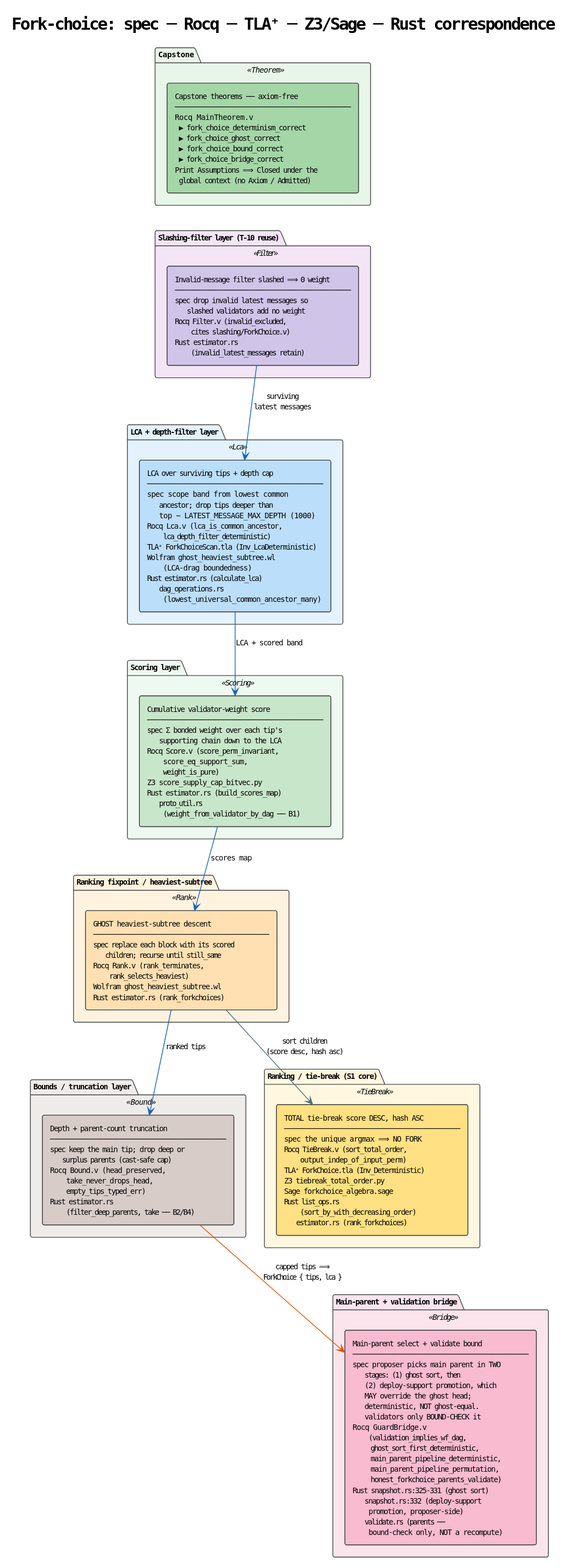
F1R3FLY-io/f1r3node-rust keeps this PlantUML diagram as docs/theory/fork-choice/diagrams/01-component-correspondence.svg. Above is the earlier version.
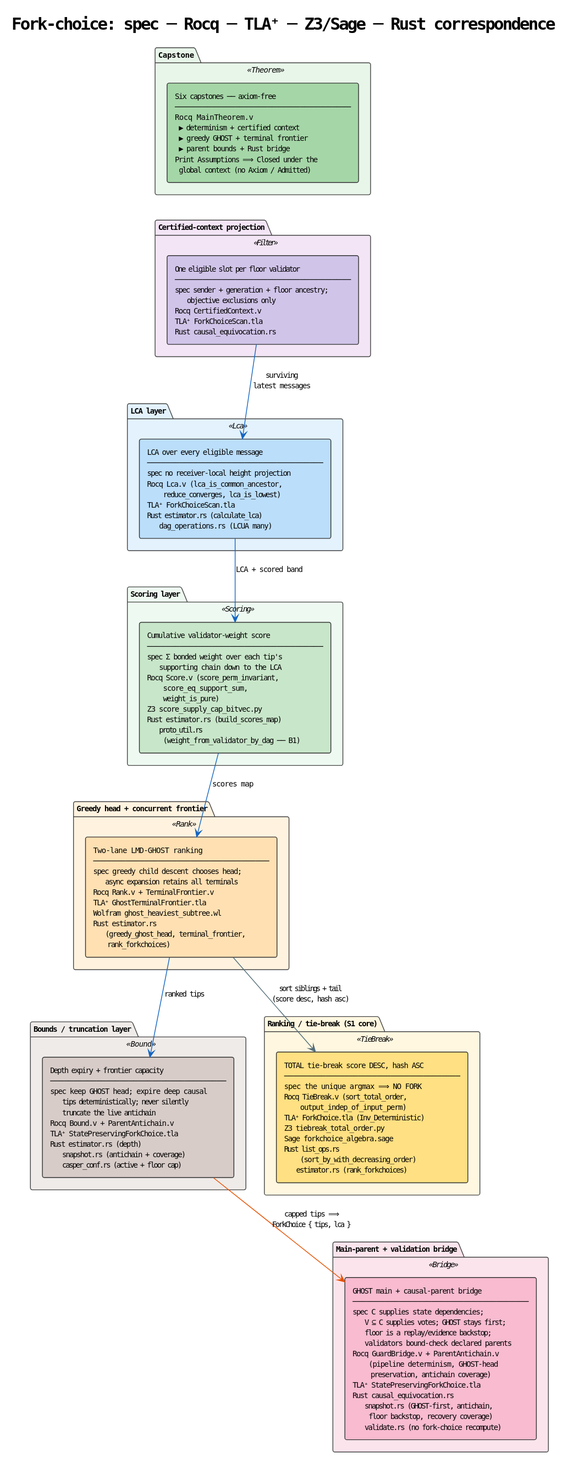
After the commit.

What changed in the source:
```diff
@@ -24,23 +24,23 @@
 
 
 package "Capstone" <<Theorem>> {
-  component "Capstone theorems ── axiom-free\n──────────────────────────────────────\nRocq  MainTheorem.v\n  ▶ fork_choice_determinism_correct\n  ▶ fork_choice_ghost_correct\n  ▶ fork_choice_bound_correct\n  ▶ fork_choice_bridge_correct\nPrint Assumptions ⟹ Closed under the\n  global context (no Axiom / Admitted)" as CAP #A5D6A7
+  component "Six capstones ── axiom-free\n──────────────────────────────────────\nRocq  MainTheorem.v\n  ▶ determinism + certified context\n  ▶ greedy GHOST + terminal frontier\n  ▶ parent bounds + Rust bridge\nPrint Assumptions ⟹ Closed under the\n  global context (no Axiom / Admitted)" as CAP #A5D6A7
 }
 
-package "Slashing-filter layer (T-10 reuse)" <<Filter>> {
-  component "Invalid-message filter  slashed ⟹ 0 weight\n──────────────────────────────────────\nspec  drop invalid latest messages so\n      slashed validators add no weight\nRocq  Filter.v (invalid_excluded,\n        cites slashing/ForkChoice.v)\nRust  estimator.rs\n        (invalid_latest_messages retain)" as FIL #D1C4E9
+package "Certified-context projection" <<Filter>> {
+  component "One eligible slot per floor validator\n──────────────────────────────────────\nspec  sender + generation + floor ancestry;\n      objective exclusions only\nRocq  CertifiedContext.v\nTLA⁺  ForkChoiceScan.tla\nRust  causal_equivocation.rs" as FIL #D1C4E9
 }
 
-package "LCA + depth-filter layer" <<Lca>> {
-  component "LCA over surviving tips + depth cap\n──────────────────────────────────────\nspec  scope band from lowest common\n      ancestor; drop tips deeper than\n      top − LATEST_MESSAGE_MAX_DEPTH (1000)\nRocq  Lca.v (lca_is_common_ancestor,\n        lca_depth_filter_deterministic)\nTLA⁺  ForkChoiceScan.tla (Inv_LcaDeterministic)\nWolfram ghost_heaviest_subtree.wl\n        (LCA-drag boundedness)\nRust  estimator.rs (calculate_lca)\n      dag_operations.rs\n        (lowest_universal_common_ancestor_many)" as LCA #BBDEFB
+package "LCA layer" <<Lca>> {
+  component "LCA over every eligible message\n──────────────────────────────────────\nspec  no receiver-local height projection\nRocq  Lca.v (lca_is_common_ancestor,\n        reduce_converges, lca_is_lowest)\nTLA⁺  ForkChoiceScan.tla\nRust  estimator.rs (calculate_lca)\n      dag_operations.rs (LCUA many)" as LCA #BBDEFB
 }
 
 package "Scoring layer" <<Scoring>> {
   component "Cumulative validator-weight score\n──────────────────────────────────────\nspec  Σ bonded weight over each tip's\n      supporting chain down to the LCA\nRocq  Score.v (score_perm_invariant,\n        score_eq_support_sum,\n        weight_is_pure)\nZ3    score_supply_cap_bitvec.py\nRust  estimator.rs (build_scores_map)\n      proto_util.rs\n        (weight_from_validator_by_dag ── B1)" as SCO #C8E6C9
 }
 
-package "Ranking fixpoint / heaviest-subtree" <<Rank>> {
-  component "GHOST heaviest-subtree descent\n──────────────────────────────────────\nspec  replace each block with its scored\n      children; recurse until still_same\nRocq  Rank.v (rank_terminates,\n        rank_selects_heaviest)\nWolfram ghost_heaviest_subtree.wl\nRust  estimator.rs (rank_forkchoices)" as RNK #FFE0B2
+package "Greedy head + concurrent frontier" <<Rank>> {
+  component "Two-lane LMD-GHOST ranking\n──────────────────────────────────────\nspec  greedy child descent chooses head;\n      async expansion retains all terminals\nRocq  Rank.v + TerminalFrontier.v\nTLA⁺  GhostTerminalFrontier.tla\nWolfram ghost_heaviest_subtree.wl\nRust  estimator.rs\n      (greedy_ghost_head, terminal_frontier,\n       rank_forkchoices)" as RNK #FFE0B2
 }
 
 package "Ranking / tie-break  (S1 core)" <<TieBreak>> {
@@ -48,17 +48,17 @@
 }
 
 package "Bounds / truncation layer" <<Bound>> {
-  component "Depth + parent-count truncation\n──────────────────────────────────────\nspec  keep the main tip; drop deep or\n      surplus parents (cast-safe cap)\nRocq  Bound.v (head_preserved,\n        take_never_drops_head,\n        empty_tips_typed_err)\nRust  estimator.rs\n        (filter_deep_parents, take ── B2/B4)" as BND #D7CCC8
+  component "Depth expiry + frontier capacity\n──────────────────────────────────────\nspec  keep GHOST head; expire deep causal\n      tips deterministically; never silently\n      truncate the live antichain\nRocq  Bound.v + ParentAntichain.v\nTLA⁺  StatePreservingForkChoice.tla\nRust  estimator.rs (depth)\n      snapshot.rs (antichain + coverage)\n      casper_conf.rs (active + floor cap)" as BND #D7CCC8
 }
 
 package "Main-parent + validation bridge" <<Bridge>> {
-  component "Main-parent select + validate bound\n──────────────────────────────────────\nspec  proposer picks main parent in TWO\n      stages: (1) ghost sort, then\n      (2) deploy-support promotion, which\n      MAY override the ghost head;\n      deterministic, NOT ghost-equal.\n      validators only BOUND-CHECK it\nRocq  GuardBridge.v\n        (validation_implies_wf_dag,\n         ghost_sort_first_deterministic,\n         main_parent_pipeline_deterministic,\n         main_parent_pipeline_permutation,\n         honest_forkchoice_parents_validate)\nRust  snapshot.rs:325-331 (ghost sort)\n      snapshot.rs:332 (deploy-support\n        promotion, proposer-side)\n      validate.rs (parents ──\n        bound-check only, NOT a recompute)" as BRG #F8BBD0
+  component "GHOST main + causal-parent bridge\n──────────────────────────────────────\nspec  C supplies state dependencies;\n      V ⊆ C supplies votes; GHOST stays first;\n      floor is a replay/evidence backstop;\n      validators bound-check declared parents\nRocq  GuardBridge.v + ParentAntichain.v\n        (pipeline determinism, GHOST-head\n         preservation, antichain coverage)\nTLA⁺  StatePreservingForkChoice.tla\nRust  causal_equivocation.rs\n      snapshot.rs (GHOST-first, antichain,\n        floor backstop, recovery coverage)\n      validate.rs (no fork-choice recompute)" as BRG #F8BBD0
 }
 
 FIL -[#1565C0]-> LCA : surviving\nlatest messages
 LCA -[#1565C0]-> SCO : LCA + scored band
 SCO -[#1565C0]-> RNK : scores map
-RNK -[#546E7A]-> TIE : sort children\n(score desc, hash asc)
+RNK -[#546E7A]-> TIE : sort siblings + tail\n(score desc, hash asc)
 RNK -[#1565C0]-> BND : ranked tips
 BND -[#E65100]-> BRG : capped tips ⟹\nForkChoice { tips, lca }
 
```
